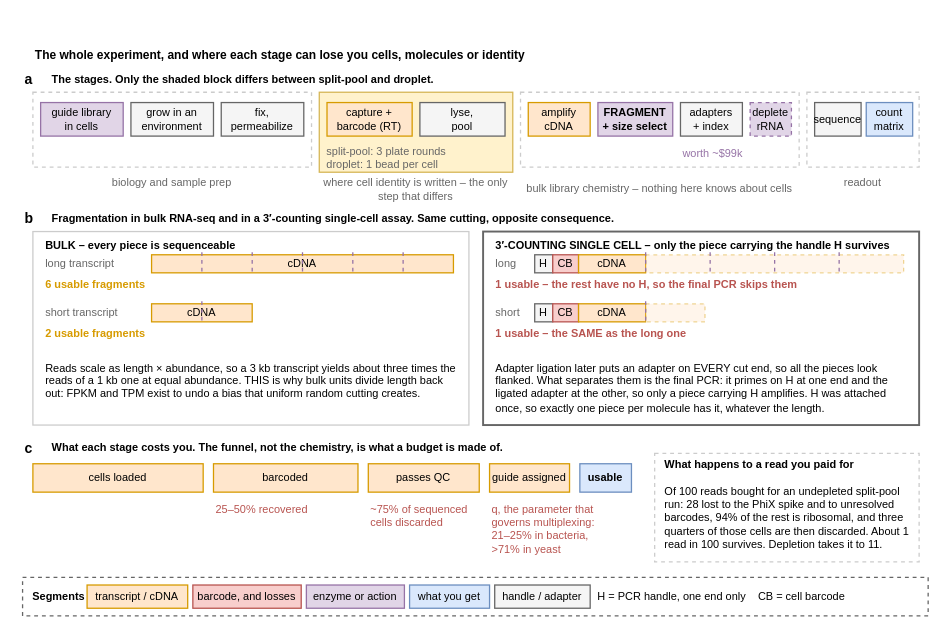
Earlier version of the draw.io diagram notes/assets/drawio/perturb-seq-workflow.drawio (Mjvolk3/torchcell). Source tidied: cells renumbered, new cells numbered last; positions are measured from the earlier drawing's top-left corner, leaving out a move shared by most shapes. Both pictures are drawn from the tidied source at 129%, with x=0, y=0 at pixel (22, 40).
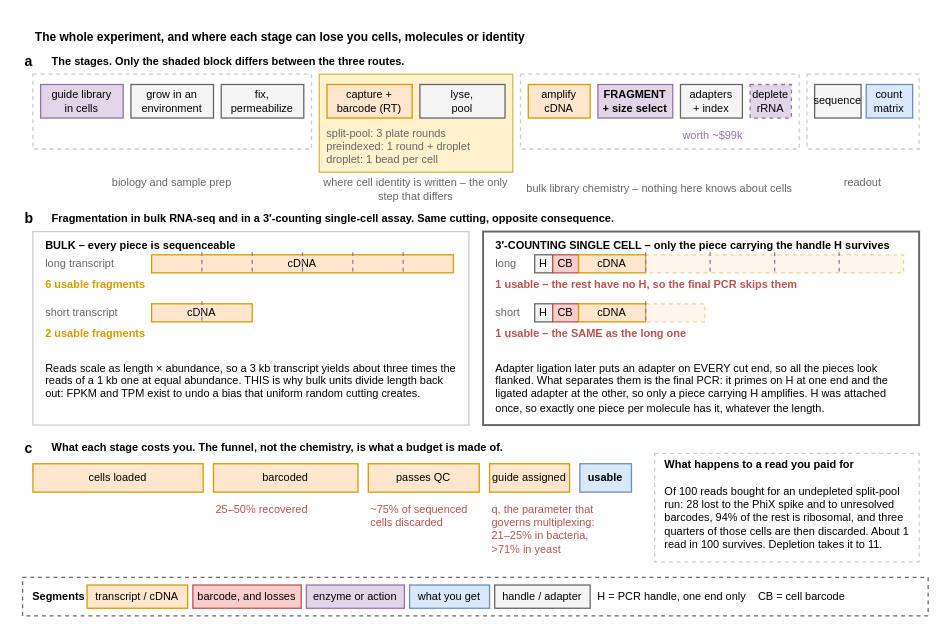
After the change.

Commit message (it also covers changes not shown here):
Preindexed droplet is a third route, and the figure now shows it

What changed in the source:
```diff
@@
     <mxCell id="2" value="The whole experiment, and where each stage can lose you cells, molecules or identity" style="text;html=1;whiteSpace=wrap;align=left;verticalAlign=top;fontFamily=Arial;fontSize=9.3;fontStyle=1;" parent="1" vertex="1">
-      <mxGeometry x="8" width="687" height="18" as="geometry" />
+      <mxGeometry x="8" y="-14" width="687" height="18" as="geometry" />
     </mxCell>
     <mxCell id="3" value="a" style="text;html=1;whiteSpace=wrap;align=left;verticalAlign=middle;fontFamily=Arial;fontSize=10.9;fontStyle=1;" parent="1" vertex="1">
-      <mxGeometry y="24" width="10" height="12" as="geometry" />
+      <mxGeometry y="10" width="10" height="12" as="geometry" />
     </mxCell>
-    <mxCell id="4" value="The stages. Only the shaded block differs between split-pool and droplet." style="text;html=1;whiteSpace=wrap;align=left;verticalAlign=middle;fontFamily=Arial;fontSize=8.5;fontStyle=1;" parent="1" vertex="1">
-      <mxGeometry x="21" y="24" width="674" height="12" as="geometry" />
+    <mxCell id="4" value="The stages. Only the shaded block differs between the three routes." style="text;html=1;whiteSpace=wrap;align=left;verticalAlign=middle;fontFamily=Arial;fontSize=8.5;fontStyle=1;" parent="1" vertex="1">
+      <mxGeometry x="21" y="10" width="674" height="12" as="geometry" />
     </mxCell>
     <mxCell id="5" style="rounded=0;whiteSpace=wrap;html=1;fillColor=none;strokeColor=#CCCCCC;dashed=1;" parent="1" vertex="1">
-      <mxGeometry x="8" y="40" width="216" height="58" as="geometry" />
+      <mxGeometry x="8" y="26" width="216" height="58" as="geometry" />
     </mxCell>
@@
     <mxCell id="7" style="rounded=0;whiteSpace=wrap;html=1;fillColor=#FFF2CC;strokeColor=#D6B656;" parent="1" vertex="1">
-      <mxGeometry x="230" y="40" width="150" height="62" as="geometry" />
+      <mxGeometry x="230" y="26" width="150" height="76" as="geometry" />
     </mxCell>
@@
     <mxCell id="9" style="rounded=0;whiteSpace=wrap;html=1;fillColor=none;strokeColor=#CCCCCC;dashed=1;" parent="1" vertex="1">
-      <mxGeometry x="386" y="40" width="216" height="58" as="geometry" />
+      <mxGeometry x="386" y="26" width="216" height="58" as="geometry" />
     </mxCell>
@@
     <mxCell id="11" style="rounded=0;whiteSpace=wrap;html=1;fillColor=none;strokeColor=#CCCCCC;dashed=1;" parent="1" vertex="1">
-      <mxGeometry x="608" y="40" width="87" height="58" as="geometry" />
+      <mxGeometry x="608" y="26" width="87" height="58" as="geometry" />
     </mxCell>
@@
     <mxCell id="13" value="guide library&#10;in cells" style="rounded=0;whiteSpace=wrap;html=1;fillColor=#E1D5E7;strokeColor=#9673A6;fontFamily=Arial;fontSize=8.5;" parent="1" vertex="1">
-      <mxGeometry x="14" y="48" width="64" height="26" as="geometry" />
+      <mxGeometry x="14" y="34" width="64" height="26" as="geometry" />
     </mxCell>
     <mxCell id="14" value="grow in an&#10;environment" style="rounded=0;whiteSpace=wrap;html=1;fillColor=#F5F5F5;strokeColor=#666666;fontFamily=Arial;fontSize=8.5;" parent="1" vertex="1">
-      <mxGeometry x="84" y="48" width="64" height="26" as="geometry" />
+      <mxGeometry x="84" y="34" width="64" height="26" as="geometry" />
     </mxCell>
     <mxCell id="15" value="fix,&#10;permeabilize" style="rounded=0;whiteSpace=wrap;html=1;fillColor=#F5F5F5;strokeColor=#666666;fontFamily=Arial;fontSize=8.5;" parent="1" vertex="1">
-      <mxGeometry x="154" y="48" width="64" height="26" as="geometry" />
+      <mxGeometry x="154" y="34" width="64" height="26" as="geometry" />
     </mxCell>
     <mxCell id="16" value="capture +&#10;barcode (RT)" style="rounded=0;whiteSpace=wrap;html=1;fillColor=#FFE6CC;strokeColor=#D79B00;fontFamily=Arial;fontSize=8.5;" parent="1" vertex="1">
-      <mxGeometry x="236" y="48" width="66" height="26" as="geometry" />
+      <mxGeometry x="236" y="34" width="66" height="26" as="geometry" />
     </mxCell>
     <mxCell id="17" value="lyse,&#10;pool" style="rounded=0;whiteSpace=wrap;html=1;fillColor=#F5F5F5;strokeColor=#666666;fontFamily=Arial;fontSize=8.5;" parent="1" vertex="1">
-      <mxGeometry x="308" y="48" width="66" height="26" as="geometry" />
+      <mxGeometry x="308" y="34" width="66" height="26" as="geometry" />
     </mxCell>
     <mxCell id="18" value="amplify&#10;cDNA" style="rounded=0;whiteSpace=wrap;html=1;fillColor=#FFE6CC;strokeColor=#D79B00;fontFamily=Arial;fontSize=8.5;" parent="1" vertex="1">
-      <mxGeometry x="392" y="48" width="48" height="26" as="geometry" />
+      <mxGeometry x="392" y="34" width="48" height="26" as="geometry" />
     </mxCell>
     <mxCell id="19" value="FRAGMENT&#10;+ size select" style="rounded=0;whiteSpace=wrap;html=1;fillColor=#E1D5E7;strokeColor=#9673A6;fontFamily=Arial;fontSize=8.5;fontStyle=1;" parent="1" vertex="1">
-      <mxGeometry x="446" y="48" width="58" height="26" as="geometry" />
+      <mxGeometry x="446" y="34" width="58" height="26" as="geometry" />
     </mxCell>
     <mxCell id="20" value="adapters&#10;+ index" style="rounded=0;whiteSpace=wrap;html=1;fillColor=#F5F5F5;strokeColor=#666666;fontFamily=Arial;fontSize=8.5;" parent="1" vertex="1">
-      <mxGeometry x="510" y="48" width="48" height="26" as="geometry" />
+      <mxGeometry x="510" y="34" width="48" height="26" as="geometry" />
     </mxCell>
     <mxCell id="21" value="deplete&#10;rRNA" style="rounded=0;whiteSpace=wrap;html=1;fillColor=#E1D5E7;strokeColor=#9673A6;fontFamily=Arial;fontSize=8.5;dashed=1;" parent="1" vertex="1">
-      <mxGeometry x="564" y="48" width="32" height="26" as="geometry" />
+      <mxGeometry x="564" y="34" width="32" height="26" as="geometry" />
     </mxCell>
     <mxCell id="22" value="sequence" style="rounded=0;whiteSpace=wrap;html=1;fillColor=#F5F5F5;strokeColor=#666666;fontFamily=Arial;fontSize=8.5;" parent="1" vertex="1">
-      <mxGeometry x="614" y="48" width="36" height="26" as="geometry" />
+      <mxGeometry x="614" y="34" width="36" height="26" as="geometry" />
     </mxCell>
     <mxCell id="23" value="count&#10;matrix" style="rounded=0;whiteSpace=wrap;html=1;fillColor=#DAE8FC;strokeColor=#6C8EBF;fontFamily=Arial;fontSize=8.5;" parent="1" vertex="1">
-      <mxGeometry x="654" y="48" width="36" height="26" as="geometry" />
+      <mxGeometry x="654" y="34" width="36" height="26" as="geometry" />
     </mxCell>
     <mxCell id="24" value="worth ~$99k" style="text;html=1;whiteSpace=wrap;align=left;verticalAlign=top;fontFamily=Arial;fontSize=8.5;fontColor=#9673A6;" parent="1" vertex="1">
-      <mxGeometry x="510" y="76" width="92" height="20" as="geometry" />
+      <mxGeometry x="510" y="62" width="92" height="20" as="geometry" />
     </mxCell>
-    <mxCell id="25" value="split-pool: 3 plate rounds&#10;droplet: 1 bead per cell" style="text;html=1;whiteSpace=wrap;align=left;verticalAlign=top;fontFamily=Arial;fontSize=8.5;fontColor=#666666;" parent="1" vertex="1">
-      <mxGeometry x="234" y="74" width="142" height="24" as="geometry" />
+    <mxCell id="25" value="split-pool: 3 plate rounds&#10;preindexed: 1 round + droplet&#10;droplet: 1 bead per cell" style="text;html=1;whiteSpace=wrap;align=left;verticalAlign=top;fontFamily=Arial;fontSize=8.5;fontColor=#666666;" parent="1" vertex="1">
+      <mxGeometry x="234" y="60" width="142" height="38" as="geometry" />
     </mxCell>
```
